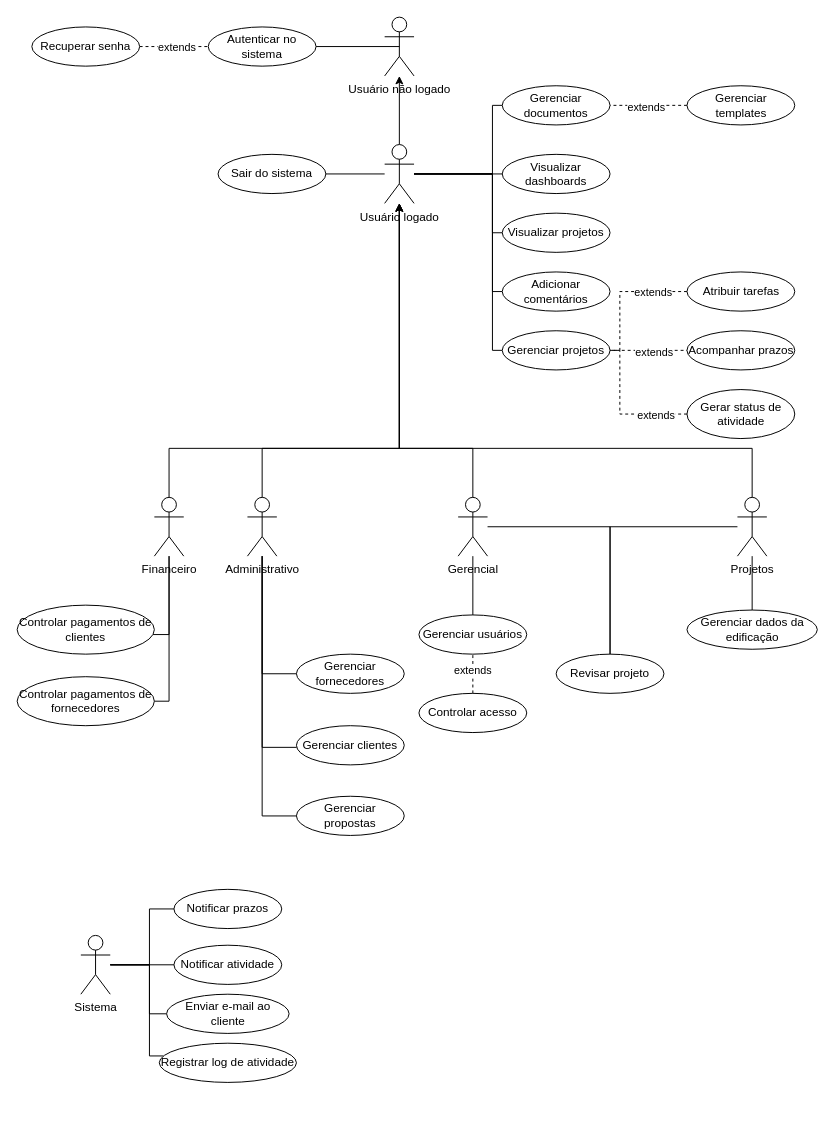
Above: Trabalho/DiagramaCasoUso_ES2.drawio in nicolehagemeister/ES2N (draw.io), before the change. Source tidied: cells renumbered, new cells numbered last; positions are measured from the earlier drawing's top-left corner, leaving out a move shared by most shapes. Both pictures are drawn from the tidied source at 98%, with x=0, y=0 at pixel (17, 17).
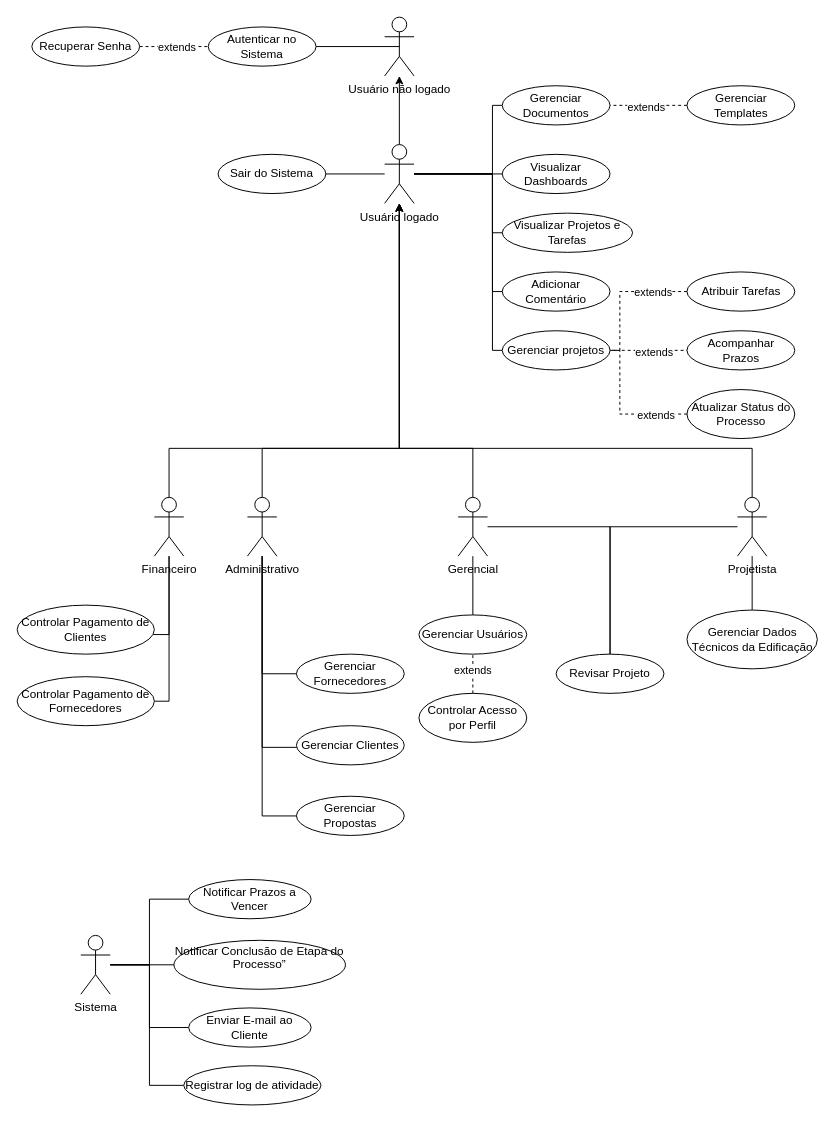
After the change.

Unchanged cells that the change refers to:
```xml
<mxCell id="58" value="Sistema" style="shape=umlActor;verticalLabelPosition=bottom;verticalAlign=top;html=1;outlineConnect=0;" parent="1" vertex="1">
  <mxGeometry x="65" y="937" width="30" height="60" as="geometry" />
</mxCell>
```

The edit, as a diff of the source:
```diff
@@
-    <mxCell id="12" value="Autenticar no sistema" style="ellipse;whiteSpace=wrap;html=1;shapeInside=1;" parent="1" vertex="1">
+    <mxCell id="12" value="Autenticar no Sistema" style="ellipse;whiteSpace=wrap;html=1;shapeInside=1;" parent="1" vertex="1">
       <mxGeometry x="195" y="10" width="110" height="40" as="geometry" />
     </mxCell>
@@
-    <mxCell id="15" value="Recuperar senha" style="ellipse;whiteSpace=wrap;html=1;shapeInside=1;" parent="1" vertex="1">
+    <mxCell id="15" value="Recuperar Senha" style="ellipse;whiteSpace=wrap;html=1;shapeInside=1;" parent="1" vertex="1">
       <mxGeometry x="15" y="10" width="110" height="40" as="geometry" />
     </mxCell>
-    <mxCell id="16" value="Gerenciar documentos" style="ellipse;whiteSpace=wrap;html=1;shapeInside=1;" parent="1" vertex="1">
+    <mxCell id="16" value="Gerenciar Documentos" style="ellipse;whiteSpace=wrap;html=1;shapeInside=1;" parent="1" vertex="1">
       <mxGeometry x="495" y="70" width="110" height="40" as="geometry" />
     </mxCell>
@@
-    <mxCell id="19" value="Gerenciar templates" style="ellipse;whiteSpace=wrap;html=1;shapeInside=1;" parent="1" vertex="1">
+    <mxCell id="19" value="Gerenciar Templates" style="ellipse;whiteSpace=wrap;html=1;shapeInside=1;" parent="1" vertex="1">
       <mxGeometry x="683.5" y="70" width="110" height="40" as="geometry" />
     </mxCell>
-    <mxCell id="20" value="Visualizar dashboards" style="ellipse;whiteSpace=wrap;html=1;shapeInside=1;" parent="1" vertex="1">
+    <mxCell id="20" value="Visualizar Dashboards" style="ellipse;whiteSpace=wrap;html=1;shapeInside=1;" parent="1" vertex="1">
       <mxGeometry x="495" y="140" width="110" height="40" as="geometry" />
     </mxCell>
@@
-    <mxCell id="33" value="Projetos" style="shape=umlActor;verticalLabelPosition=bottom;verticalAlign=top;html=1;outlineConnect=0;" parent="1" vertex="1">
+    <mxCell id="33" value="Projetista" style="shape=umlActor;verticalLabelPosition=bottom;verticalAlign=top;html=1;outlineConnect=0;" parent="1" vertex="1">
       <mxGeometry x="735" y="490" width="30" height="60" as="geometry" />
     </mxCell>
@@
-    <mxCell id="38" value="Gerenciar usuários" style="ellipse;whiteSpace=wrap;html=1;shapeInside=1;" parent="1" vertex="1">
+    <mxCell id="38" value="Gerenciar Usuários" style="ellipse;whiteSpace=wrap;html=1;shapeInside=1;" parent="1" vertex="1">
       <mxGeometry x="410" y="610" width="110" height="40" as="geometry" />
     </mxCell>
@@
-    <mxCell id="41" value="Controlar acesso" style="ellipse;whiteSpace=wrap;html=1;shapeInside=1;" parent="1" vertex="1">
-      <mxGeometry x="410" y="690" width="110" height="40" as="geometry" />
+    <mxCell id="41" value="Controlar Acesso por Perfil" style="ellipse;whiteSpace=wrap;html=1;shapeInside=1;" parent="1" vertex="1">
+      <mxGeometry x="410" y="690" width="110" height="50" as="geometry" />
     </mxCell>
@@
-    <mxCell id="45" value="Gerenciar propostas" style="ellipse;whiteSpace=wrap;html=1;shapeInside=1;" parent="1" vertex="1">
+    <mxCell id="45" value="Gerenciar Propostas" style="ellipse;whiteSpace=wrap;html=1;shapeInside=1;" parent="1" vertex="1">
       <mxGeometry x="285" y="795" width="110" height="40" as="geometry" />
     </mxCell>
@@
-    <mxCell id="48" value="Atribuir tarefas" style="ellipse;whiteSpace=wrap;html=1;shapeInside=1;" parent="1" vertex="1">
+    <mxCell id="48" value="Atribuir Tarefas" style="ellipse;whiteSpace=wrap;html=1;shapeInside=1;" parent="1" vertex="1">
       <mxGeometry x="683.5" y="260" width="110" height="40" as="geometry" />
     </mxCell>
-    <mxCell id="49" value="Visualizar projetos" style="ellipse;whiteSpace=wrap;html=1;shapeInside=1;" parent="1" vertex="1">
-      <mxGeometry x="495" y="200" width="110" height="40" as="geometry" />
+    <mxCell id="49" value="Visualizar Projetos e Tarefas" style="ellipse;whiteSpace=wrap;html=1;shapeInside=1;" parent="1" vertex="1">
+      <mxGeometry x="495" y="200" width="133" height="40" as="geometry" />
     </mxCell>
@@
-    <mxCell id="53" value="Gerar status de atividade" style="ellipse;whiteSpace=wrap;html=1;shapeInside=1;" parent="1" vertex="1">
+    <mxCell id="53" value="Atualizar Status do Processo" style="ellipse;whiteSpace=wrap;html=1;shapeInside=1;" parent="1" vertex="1">
       <mxGeometry x="683.5" y="380" width="110" height="50" as="geometry" />
     </mxCell>
     <mxCell id="54" style="edgeStyle=orthogonalEdgeStyle;rounded=0;jettySize=auto;html=1;defaultLabelBackgroundColor=page;endArrow=none;endFill=0;" parent="1" edge="1" source="58" target="68">
-      <mxGeometry relative="1" as="geometry">
+      <mxGeometry x="-0.02" relative="1" as="geometry">
         <Array as="points">
           <mxPoint x="135" y="967" />
-          <mxPoint x="135" y="910" />
+          <mxPoint x="135" y="900" />
         </Array>
       </mxGeometry>
     </mxCell>
@@
     <mxCell id="56" style="edgeStyle=orthogonalEdgeStyle;rounded=0;jettySize=auto;html=1;defaultLabelBackgroundColor=page;endArrow=none;endFill=0;" parent="1" edge="1" source="58" target="65">
-      <mxGeometry relative="1" as="geometry">
+      <mxGeometry x="0.27" relative="1" as="geometry">
         <Array as="points">
           <mxPoint x="135" y="967" />
-          <mxPoint x="135" y="1060" />
+          <mxPoint x="135" y="1090" />
         </Array>
       </mxGeometry>
     </mxCell>
-    <mxCell id="57" style="edgeStyle=orthogonalEdgeStyle;rounded=0;jettySize=auto;html=1;defaultLabelBackgroundColor=page;endArrow=none;endFill=0;" parent="1" edge="1" source="58" target="63">
-      <mxGeometry relative="1" as="geometry">
-        <Array as="points">
-          <mxPoint x="135" y="967" />
-          <mxPoint x="135" y="1017" />
-        </Array>
-      </mxGeometry>
+    <mxCell id="57" style="edgeStyle=orthogonalEdgeStyle;rounded=0;jettySize=auto;html=1;defaultLabelBackgroundColor=page;endArrow=none;endFill=0;entryX=0;entryY=0.5;entryDx=0;entryDy=0;" parent="1" edge="1" source="58" target="63">
+      <mxGeometry x="0.03" relative="1" as="geometry" />
     </mxCell>
@@
-    <mxCell id="59" value="Notificar atividade" style="ellipse;whiteSpace=wrap;html=1;shapeInside=1;" parent="1" vertex="1">
-      <mxGeometry x="160" y="947" width="110" height="40" as="geometry" />
+    <mxCell id="59" value="&lt;div&gt;Notificar Conclusão de Etapa do Processo”&lt;/div&gt;&lt;div&gt;&lt;br&gt;&lt;/div&gt;" style="ellipse;whiteSpace=wrap;html=1;shapeInside=1;" parent="1" vertex="1">
+      <mxGeometry x="160" y="942" width="175" height="50" as="geometry" />
     </mxCell>
-    <mxCell id="60" value="Acompanhar prazos" style="ellipse;whiteSpace=wrap;html=1;shapeInside=1;" parent="1" vertex="1">
+    <mxCell id="60" value="Acompanhar Prazos" style="ellipse;whiteSpace=wrap;html=1;shapeInside=1;" parent="1" vertex="1">
       <mxGeometry x="683.5" y="320" width="110" height="40" as="geometry" />
     </mxCell>
-    <mxCell id="61" value="Controlar pagamentos de clientes" style="ellipse;whiteSpace=wrap;html=1;shapeInside=1;" parent="1" vertex="1">
+    <mxCell id="61" value="Controlar Pagamento de Clientes" style="ellipse;whiteSpace=wrap;html=1;shapeInside=1;" parent="1" vertex="1">
       <mxGeometry y="600" width="140" height="50" as="geometry" />
     </mxCell>
-    <mxCell id="62" value="Controlar pagamentos de fornecedores" style="ellipse;whiteSpace=wrap;html=1;shapeInside=1;" parent="1" vertex="1">
+    <mxCell id="62" value="Controlar Pagamento de Fornecedores" style="ellipse;whiteSpace=wrap;html=1;shapeInside=1;" parent="1" vertex="1">
       <mxGeometry y="673" width="140" height="50" as="geometry" />
     </mxCell>
-    <mxCell id="63" value="Enviar e-mail ao cliente" style="ellipse;whiteSpace=wrap;html=1;shapeInside=1;" parent="1" vertex="1">
-      <mxGeometry x="152.5" y="997" width="125" height="40" as="geometry" />
+    <mxCell id="63" value="Enviar E-mail ao Cliente" style="ellipse;whiteSpace=wrap;html=1;shapeInside=1;" parent="1" vertex="1">
+      <mxGeometry x="175" y="1011" width="125" height="40" as="geometry" />
     </mxCell>
-    <mxCell id="64" value="Adicionar comentários" style="ellipse;whiteSpace=wrap;html=1;shapeInside=1;" parent="1" vertex="1">
+    <mxCell id="64" value="Adicionar Comentário" style="ellipse;whiteSpace=wrap;html=1;shapeInside=1;" parent="1" vertex="1">
       <mxGeometry x="495" y="260" width="110" height="40" as="geometry" />
     </mxCell>
     <mxCell id="65" value="Registrar log de atividade" style="ellipse;whiteSpace=wrap;html=1;shapeInside=1;" parent="1" vertex="1">
-      <mxGeometry x="145" y="1047" width="140" height="40" as="geometry" />
+      <mxGeometry x="170" y="1070" width="140" height="40" as="geometry" />
     </mxCell>
-    <mxCell id="66" value="Gerenciar dados da edificação" style="ellipse;whiteSpace=wrap;html=1;shapeInside=1;" parent="1" vertex="1">
-      <mxGeometry x="683.5" y="605" width="133" height="40" as="geometry" />
+    <mxCell id="66" value="Gerenciar Dados Técnicos da Edificação" style="ellipse;whiteSpace=wrap;html=1;shapeInside=1;" parent="1" vertex="1">
+      <mxGeometry x="683.5" y="605" width="133" height="60" as="geometry" />
     </mxCell>
-    <mxCell id="67" value="Gerenciar fornecedores" style="ellipse;whiteSpace=wrap;html=1;shapeInside=1;" parent="1" vertex="1">
+    <mxCell id="67" value="Gerenciar Fornecedores" style="ellipse;whiteSpace=wrap;html=1;shapeInside=1;" parent="1" vertex="1">
       <mxGeometry x="285" y="650" width="110" height="40" as="geometry" />
     </mxCell>
-    <mxCell id="68" value="Notificar prazos" style="ellipse;whiteSpace=wrap;html=1;shapeInside=1;" parent="1" vertex="1">
-      <mxGeometry x="160" y="890" width="110" height="40" as="geometry" />
+    <mxCell id="68" value="Notificar Prazos a Vencer" style="ellipse;whiteSpace=wrap;html=1;shapeInside=1;" parent="1" vertex="1">
+      <mxGeometry x="175" y="880" width="125" height="40" as="geometry" />
     </mxCell>
-    <mxCell id="69" value="Sair do sistema" style="ellipse;whiteSpace=wrap;html=1;shapeInside=1;" parent="1" vertex="1">
+    <mxCell id="69" value="Sair do Sistema" style="ellipse;whiteSpace=wrap;html=1;shapeInside=1;" parent="1" vertex="1">
       <mxGeometry x="205" y="140" width="110" height="40" as="geometry" />
     </mxCell>
-    <mxCell id="70" value="Revisar projeto" style="ellipse;whiteSpace=wrap;html=1;shapeInside=1;" parent="1" vertex="1">
+    <mxCell id="70" value="Revisar Projeto" style="ellipse;whiteSpace=wrap;html=1;shapeInside=1;" parent="1" vertex="1">
       <mxGeometry x="550" y="650" width="110" height="40" as="geometry" />
     </mxCell>
-    <mxCell id="71" value="Gerenciar clientes" style="ellipse;whiteSpace=wrap;html=1;shapeInside=1;" parent="1" vertex="1">
+    <mxCell id="71" value="Gerenciar Clientes" style="ellipse;whiteSpace=wrap;html=1;shapeInside=1;" parent="1" vertex="1">
       <mxGeometry x="285" y="723" width="110" height="40" as="geometry" />
     </mxCell>
+    <mxCell id="72" style="edgeStyle=orthogonalEdgeStyle;rounded=0;orthogonalLoop=1;jettySize=auto;html=1;innerLoopWaypoints=1;exitX=0.5;exitY=1;exitDx=0;exitDy=0;defaultLabelBackgroundColor=page;" parent="1" edge="1" source="63" target="63">
+      <mxGeometry relative="1" as="geometry" />
+    </mxCell>
```
